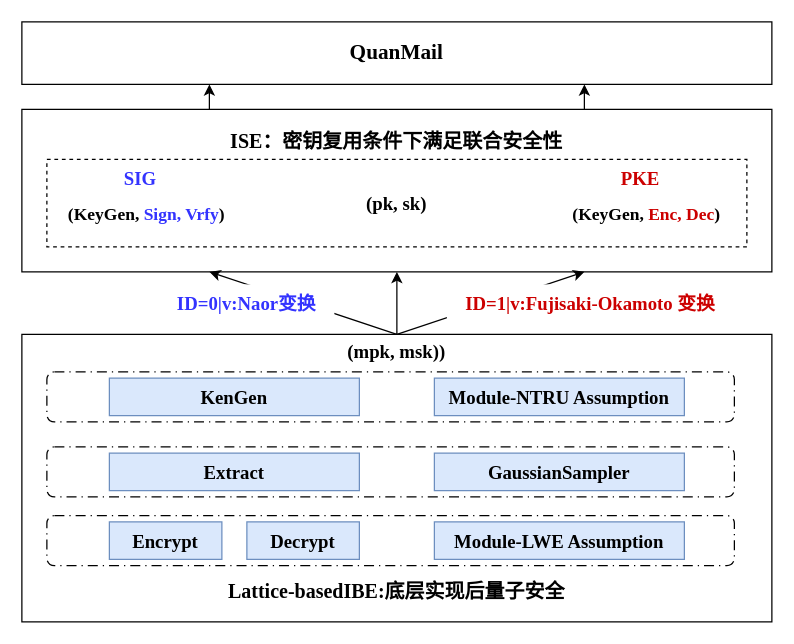
Earlier version of the draw.io diagram page "第 1 页" (1 of 3) of draw.io/毕业设计.drawio (Aurorp1g/CDN). Source tidied: cells renumbered, new cells numbered last; positions are measured from the earlier drawing's top-left corner, leaving out a move shared by most shapes. Both pictures are drawn from the tidied source at 125%, with x=0, y=0 at pixel (21, 21).
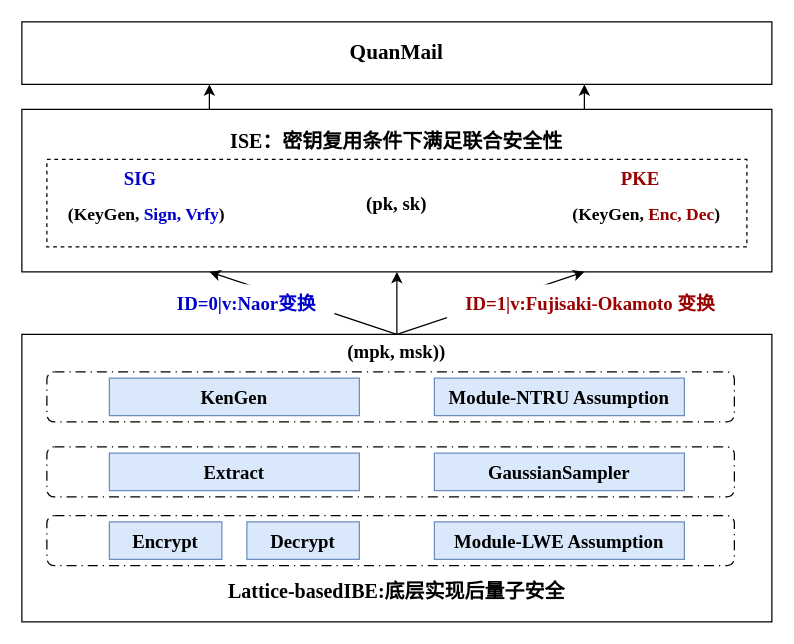
The same diagram, later.

Commit message:
更新毕业设计.drawio

What changed in the source:
```diff
@@
-    <mxCell id="8" value="&lt;b&gt;&lt;font face=&quot;Times New Roman&quot; style=&quot;color: rgb(51, 51, 255); font-size: 15px;&quot;&gt;SIG&lt;/font&gt;&lt;/b&gt;" style="text;html=1;whiteSpace=wrap;strokeColor=none;fillColor=none;align=center;verticalAlign=middle;rounded=0;fontFamily=Helvetica;fontSize=12;fontColor=default;" parent="1" vertex="1">
+    <mxCell id="8" value="&lt;b&gt;&lt;font face=&quot;Times New Roman&quot; style=&quot;font-size: 15px; color: rgb(0, 0, 204);&quot;&gt;SIG&lt;/font&gt;&lt;/b&gt;" style="text;html=1;whiteSpace=wrap;strokeColor=none;fillColor=none;align=center;verticalAlign=middle;rounded=0;fontFamily=Helvetica;fontSize=12;fontColor=default;" parent="1" vertex="1">
       <mxGeometry x="50" y="110" width="90" height="30" as="geometry" />
     </mxCell>
-    <mxCell id="9" value="&lt;font face=&quot;Times New Roman&quot;&gt;&lt;span style=&quot;font-size: 15px; color: rgb(204, 0, 0);&quot;&gt;&lt;b&gt;PKE&lt;/b&gt;&lt;/span&gt;&lt;/font&gt;" style="text;html=1;whiteSpace=wrap;strokeColor=none;fillColor=none;align=center;verticalAlign=middle;rounded=0;fontFamily=Helvetica;fontSize=12;fontColor=default;" parent="1" vertex="1">
+    <mxCell id="9" value="&lt;font face=&quot;Times New Roman&quot;&gt;&lt;span style=&quot;font-size: 15px; color: rgb(153, 0, 0);&quot;&gt;&lt;b&gt;PKE&lt;/b&gt;&lt;/span&gt;&lt;/font&gt;" style="text;html=1;whiteSpace=wrap;strokeColor=none;fillColor=none;align=center;verticalAlign=middle;rounded=0;fontFamily=Helvetica;fontSize=12;fontColor=default;" parent="1" vertex="1">
       <mxGeometry x="450" y="110" width="90" height="30" as="geometry" />
     </mxCell>
-    <mxCell id="10" value="&lt;font style=&quot;font-size: 14px;&quot; face=&quot;Times New Roman&quot;&gt;&lt;b&gt;(KeyGen, &lt;span style=&quot;color: rgb(51, 51, 255);&quot;&gt;Sign, Vrfy&lt;/span&gt;)&lt;/b&gt;&lt;/font&gt;" style="text;html=1;whiteSpace=wrap;strokeColor=none;fillColor=none;align=center;verticalAlign=middle;rounded=0;fontFamily=Helvetica;fontSize=12;fontColor=default;" parent="1" vertex="1">
+    <mxCell id="10" value="&lt;font style=&quot;font-size: 14px;&quot; face=&quot;Times New Roman&quot;&gt;&lt;b&gt;(KeyGen, &lt;span style=&quot;color: rgb(0, 0, 204);&quot;&gt;Sign, Vrfy&lt;/span&gt;)&lt;/b&gt;&lt;/font&gt;" style="text;html=1;whiteSpace=wrap;strokeColor=none;fillColor=none;align=center;verticalAlign=middle;rounded=0;fontFamily=Helvetica;fontSize=12;fontColor=default;" parent="1" vertex="1">
       <mxGeometry x="30" y="140" width="140" height="30" as="geometry" />
     </mxCell>
-    <mxCell id="11" value="&lt;font style=&quot;&quot; face=&quot;Times New Roman&quot;&gt;&lt;b style=&quot;font-size: 14px;&quot;&gt;(&lt;/b&gt;&lt;span style=&quot;font-size: 14px;&quot;&gt;&lt;b&gt;KeyGen, &lt;span style=&quot;color: rgb(204, 0, 0);&quot;&gt;Enc, Dec&lt;/span&gt;)&lt;/b&gt;&lt;/span&gt;&lt;/font&gt;" style="text;html=1;whiteSpace=wrap;strokeColor=none;fillColor=none;align=center;verticalAlign=middle;rounded=0;fontFamily=Helvetica;fontSize=12;fontColor=default;" parent="1" vertex="1">
+    <mxCell id="11" value="&lt;font style=&quot;&quot; face=&quot;Times New Roman&quot;&gt;&lt;b style=&quot;font-size: 14px;&quot;&gt;(&lt;/b&gt;&lt;span style=&quot;font-size: 14px;&quot;&gt;&lt;b&gt;KeyGen, &lt;span style=&quot;color: rgb(153, 0, 0);&quot;&gt;Enc, Dec&lt;/span&gt;)&lt;/b&gt;&lt;/span&gt;&lt;/font&gt;" style="text;html=1;whiteSpace=wrap;strokeColor=none;fillColor=none;align=center;verticalAlign=middle;rounded=0;fontFamily=Helvetica;fontSize=12;fontColor=default;" parent="1" vertex="1">
       <mxGeometry x="430" y="140" width="140" height="30" as="geometry" />
     </mxCell>
@@
-    <mxCell id="18" value="&lt;b&gt;&lt;font style=&quot;font-size: 15px; color: rgb(51, 51, 255);&quot; face=&quot;Times New Roman&quot;&gt;ID=0|v:Naor变换&lt;/font&gt;&lt;/b&gt;" style="text;html=1;whiteSpace=wrap;strokeColor=none;fillColor=default;align=center;verticalAlign=middle;rounded=0;fontFamily=Helvetica;fontSize=12;fontColor=default;" parent="1" vertex="1">
+    <mxCell id="18" value="&lt;b&gt;&lt;font style=&quot;font-size: 15px; color: rgb(0, 0, 204);&quot; face=&quot;Times New Roman&quot;&gt;ID=0|v:Naor变换&lt;/font&gt;&lt;/b&gt;" style="text;html=1;whiteSpace=wrap;strokeColor=none;fillColor=default;align=center;verticalAlign=middle;rounded=0;fontFamily=Helvetica;fontSize=12;fontColor=default;" parent="1" vertex="1">
       <mxGeometry x="110" y="210" width="140" height="30" as="geometry" />
     </mxCell>
-    <mxCell id="19" value="&lt;span style=&quot;color: rgb(204, 0, 0);&quot;&gt;&lt;font style=&quot;font-size: 15px;&quot; face=&quot;Times New Roman&quot;&gt;&lt;b&gt;ID=1|v:Fujisaki-Okamoto 变换&lt;/b&gt;&lt;/font&gt;&lt;/span&gt;" style="text;html=1;whiteSpace=wrap;strokeColor=none;fillColor=default;align=center;verticalAlign=middle;rounded=0;fontFamily=Helvetica;fontSize=12;fontColor=default;" parent="1" vertex="1">
+    <mxCell id="19" value="&lt;span style=&quot;color: rgb(153, 0, 0);&quot;&gt;&lt;font style=&quot;font-size: 15px;&quot; face=&quot;Times New Roman&quot;&gt;&lt;b&gt;ID=1|v:Fujisaki-Okamoto 变换&lt;/b&gt;&lt;/font&gt;&lt;/span&gt;" style="text;html=1;whiteSpace=wrap;strokeColor=none;fillColor=default;align=center;verticalAlign=middle;rounded=0;fontFamily=Helvetica;fontSize=12;fontColor=default;" parent="1" vertex="1">
       <mxGeometry x="340" y="210" width="230" height="30" as="geometry" />
     </mxCell>
```
